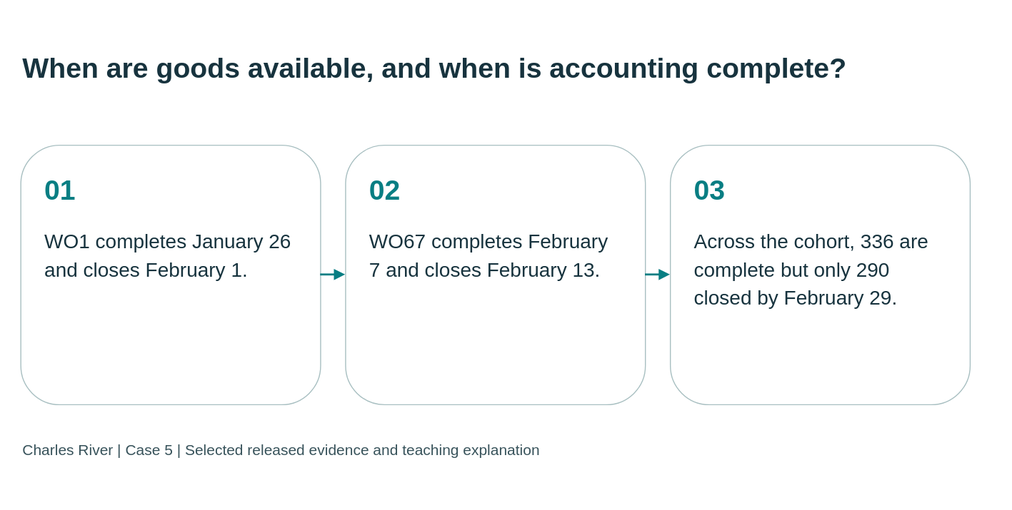
mmcodesso/CharlesRiver_Database keeps this draw.io diagram as static/diagrams/cases/case05-timeline.svg. Above is the earlier version. Source tidied: cells renumbered, new cells last; positions are measured from the earlier drawing's top-left corner, leaving out a move shared by most shapes.
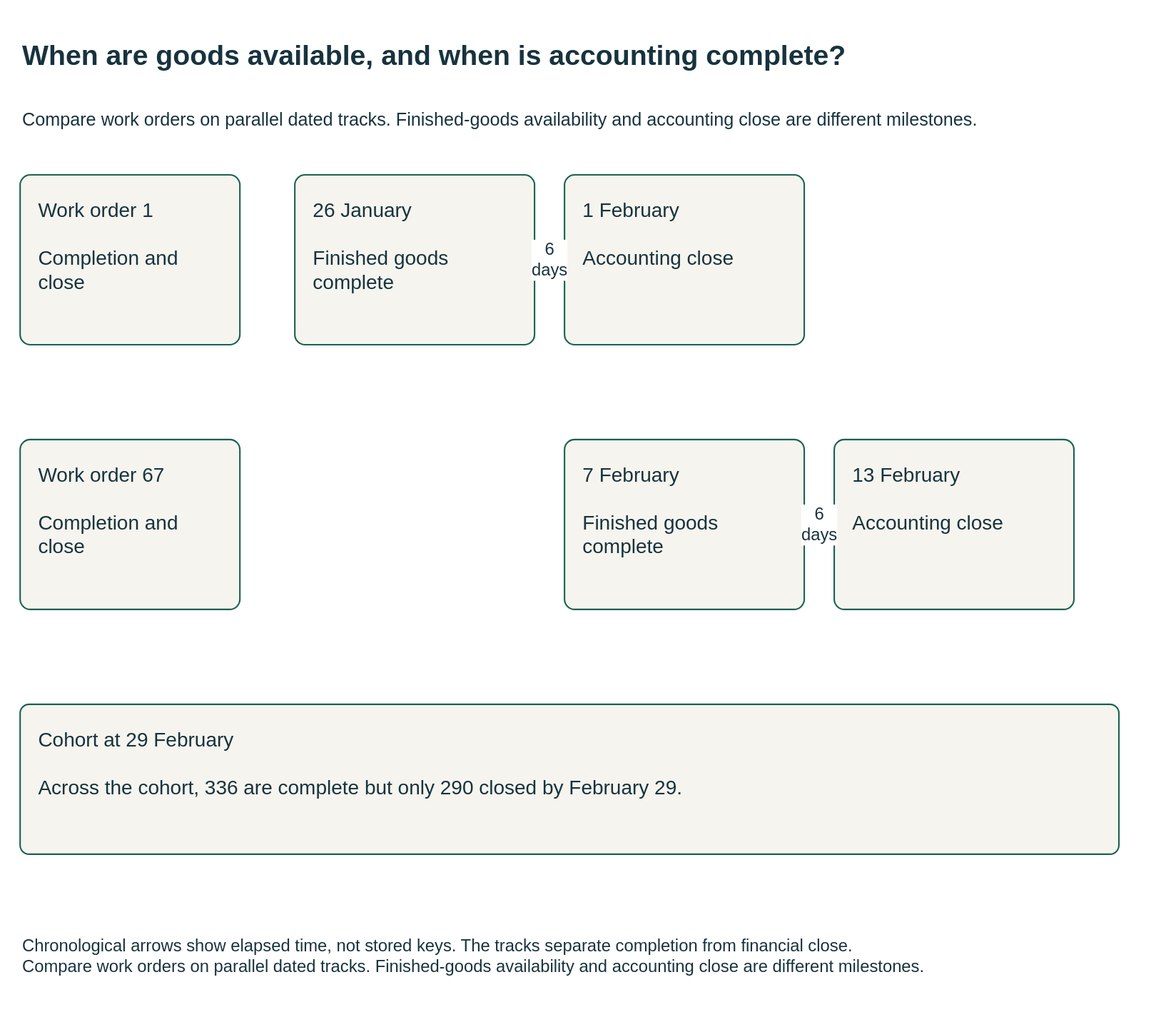
After the change.

What changed in the source:
```diff
@@ -1,27 +1,42 @@
-<mxGraphModel background="#f5f5ee">
+<mxGraphModel background="#FFFFFF">
   <root>
     <mxCell id="0" />
     <mxCell id="1" parent="0" />
-    <mxCell id="2" value="When are goods available, and when is accounting complete?" style="text;html=0;strokeColor=none;fillColor=none;align=left;verticalAlign=middle;whiteSpace=wrap;fontSize=28;fontStyle=1;fontColor=#17333e;fontFamily=Arial;" parent="1" vertex="1">
-      <mxGeometry width="950" height="95" as="geometry" />
+    <mxCell id="2" value="When are goods available, and when is accounting complete?" style="html=0;fontFamily=Arial;fontSize=20;fontColor=#17333e;strokeColor=#196252;strokeWidth=1.5;whiteSpace=wrap;text;strokeColor=none;fillColor=none;align=left;verticalAlign=middle;fontSize=28;fontStyle=1;" parent="1" vertex="1">
+      <mxGeometry y="-10" width="1110" height="70" as="geometry" />
     </mxCell>
+    <mxCell id="9" value="Compare work orders on parallel dated tracks. Finished-goods availability and accounting close are different milestones." style="html=0;fontFamily=Arial;fontSize=20;fontColor=#17333e;strokeColor=#196252;strokeWidth=1.5;whiteSpace=wrap;text;strokeColor=none;fillColor=none;align=left;verticalAlign=middle;fontSize=18;fontStyle=0;" parent="1" vertex="1">
+      <mxGeometry y="62" width="1110" height="55" as="geometry" />
+    </mxCell>
-    <mxCell id="3" value="&lt;div style=&quot;font-size:28px;color:#087e83;font-weight:bold;margin-bottom:20px&quot;&gt;01&lt;/div&gt;&lt;div style=&quot;font-size:20px;line-height:1.4&quot;&gt;WO1 completes January 26 and closes February 1.&lt;/div&gt;" style="rounded=1;whiteSpace=wrap;html=1;fillColor=#ffffff;strokeColor=#a8bfc1;fontColor=#17333e;align=left;verticalAlign=top;spacing=24;fontFamily=Arial;fontSize=20;" parent="1" vertex="1">
-      <mxGeometry y="125" width="300" height="260" as="geometry" />
+    <mxCell id="3" value="Work order 1&#10;&#10;Completion and close" style="html=0;fontFamily=Arial;fontSize=20;fontColor=#17333e;strokeColor=#196252;strokeWidth=1.5;whiteSpace=wrap;rounded=1;arcSize=6;fillColor=#f6f4ee;align=left;verticalAlign=top;spacing=18;" parent="1" vertex="1">
+      <mxGeometry y="145" width="220" height="170" as="geometry" />
     </mxCell>
-    <mxCell id="4" value="&lt;div style=&quot;font-size:28px;color:#087e83;font-weight:bold;margin-bottom:20px&quot;&gt;02&lt;/div&gt;&lt;div style=&quot;font-size:20px;line-height:1.4&quot;&gt;WO67 completes February 7 and closes February 13.&lt;/div&gt;" style="rounded=1;whiteSpace=wrap;html=1;fillColor=#ffffff;strokeColor=#a8bfc1;fontColor=#17333e;align=left;verticalAlign=top;spacing=24;fontFamily=Arial;fontSize=20;" parent="1" vertex="1">
-      <mxGeometry x="325" y="125" width="300" height="260" as="geometry" />
+    <mxCell id="4" value="Work order 67&#10;&#10;Completion and close" style="html=0;fontFamily=Arial;fontSize=20;fontColor=#17333e;strokeColor=#196252;strokeWidth=1.5;whiteSpace=wrap;rounded=1;arcSize=6;fillColor=#f6f4ee;align=left;verticalAlign=top;spacing=18;" parent="1" vertex="1">
+      <mxGeometry y="410" width="220" height="170" as="geometry" />
     </mxCell>
+    <mxCell id="10" value="26 January&#10;&#10;Finished goods complete" style="html=0;fontFamily=Arial;fontSize=20;fontColor=#17333e;strokeColor=#196252;strokeWidth=1.5;whiteSpace=wrap;rounded=1;arcSize=6;fillColor=#f6f4ee;align=left;verticalAlign=top;spacing=18;" parent="1" vertex="1">
+      <mxGeometry x="275" y="145" width="240" height="170" as="geometry" />
+    </mxCell>
+    <mxCell id="11" value="1 February&#10;&#10;Accounting close" style="html=0;fontFamily=Arial;fontSize=20;fontColor=#17333e;strokeColor=#196252;strokeWidth=1.5;whiteSpace=wrap;rounded=1;arcSize=6;fillColor=#f6f4ee;align=left;verticalAlign=top;spacing=18;" parent="1" vertex="1">
+      <mxGeometry x="545" y="145" width="240" height="170" as="geometry" />
+    </mxCell>
+    <mxCell id="12" value="7 February&#10;&#10;Finished goods complete" style="html=0;fontFamily=Arial;fontSize=20;fontColor=#17333e;strokeColor=#196252;strokeWidth=1.5;whiteSpace=wrap;rounded=1;arcSize=6;fillColor=#f6f4ee;align=left;verticalAlign=top;spacing=18;" parent="1" vertex="1">
+      <mxGeometry x="545" y="410" width="240" height="170" as="geometry" />
+    </mxCell>
+    <mxCell id="13" value="13 February&#10;&#10;Accounting close" style="html=0;fontFamily=Arial;fontSize=20;fontColor=#17333e;strokeColor=#196252;strokeWidth=1.5;whiteSpace=wrap;rounded=1;arcSize=6;fillColor=#f6f4ee;align=left;verticalAlign=top;spacing=18;" parent="1" vertex="1">
+      <mxGeometry x="815" y="410" width="240" height="170" as="geometry" />
+    </mxCell>
+    <mxCell id="14" value="6 days" style="html=0;fontFamily=Arial;fontSize=20;fontColor=#17333e;strokeColor=#196252;strokeWidth=1.5;whiteSpace=wrap;edgeStyle=orthogonalEdgeStyle;rounded=0;fillColor=none;fontSize=17;labelBackgroundColor=#FFFFFF;startArrow=none;endArrow=block;endFill=1;dashed=0;exitX=1;exitY=0.5;entryX=0;entryY=0.5;" parent="1" edge="1" source="10" target="11">
+      <mxGeometry relative="1" as="geometry" />
+    </mxCell>
+    <mxCell id="15" value="6 days" style="html=0;fontFamily=Arial;fontSize=20;fontColor=#17333e;strokeColor=#196252;strokeWidth=1.5;whiteSpace=wrap;edgeStyle=orthogonalEdgeStyle;rounded=0;fillColor=none;fontSize=17;labelBackgroundColor=#FFFFFF;startArrow=none;endArrow=block;endFill=1;dashed=0;exitX=1;exitY=0.5;entryX=0;entryY=0.5;" parent="1" edge="1" source="12" target="13">
+      <mxGeometry relative="1" as="geometry" />
+    </mxCell>
-    <mxCell id="5" value="&lt;div style=&quot;font-size:28px;color:#087e83;font-weight:bold;margin-bottom:20px&quot;&gt;03&lt;/div&gt;&lt;div style=&quot;font-size:20px;line-height:1.4&quot;&gt;Across the cohort, 336 are complete but only 290 closed by February 29.&lt;/div&gt;" style="rounded=1;whiteSpace=wrap;html=1;fillColor=#ffffff;strokeColor=#a8bfc1;fontColor=#17333e;align=left;verticalAlign=top;spacing=24;fontFamily=Arial;fontSize=20;" parent="1" vertex="1">
-      <mxGeometry x="650" y="125" width="300" height="260" as="geometry" />
+    <mxCell id="5" value="Cohort at 29 February&#10;&#10;Across the cohort, 336 are complete but only 290 closed by February 29." style="html=0;fontFamily=Arial;fontSize=20;fontColor=#17333e;strokeColor=#196252;strokeWidth=1.5;whiteSpace=wrap;rounded=1;arcSize=6;fillColor=#f6f4ee;align=left;verticalAlign=top;spacing=18;" parent="1" vertex="1">
+      <mxGeometry y="675" width="1100" height="150" as="geometry" />
     </mxCell>
-    <mxCell id="6" style="edgeStyle=orthogonalEdgeStyle;rounded=0;html=1;endArrow=block;endFill=1;strokeColor=#087e83;strokeWidth=2;" parent="1" edge="1" source="3" target="4">
-      <mxGeometry relative="1" as="geometry" />
-    </mxCell>
-    <mxCell id="7" style="edgeStyle=orthogonalEdgeStyle;rounded=0;html=1;endArrow=block;endFill=1;strokeColor=#087e83;strokeWidth=2;" parent="1" edge="1" source="4" target="5">
-      <mxGeometry relative="1" as="geometry" />
-    </mxCell>
-    <mxCell id="8" value="Charles River | Case 5 | Selected released evidence and teaching explanation" style="text;html=0;strokeColor=none;fillColor=none;align=left;fontSize=15;fontColor=#38535b;fontFamily=Arial;" parent="1" vertex="1">
-      <mxGeometry y="415" width="950" height="35" as="geometry" />
+    <mxCell id="8" value="Chronological arrows show elapsed time, not stored keys. The tracks separate completion from financial close.&#10;Compare work orders on parallel dated tracks. Finished-goods availability and accounting close are different milestones." style="html=0;fontFamily=Arial;fontSize=20;fontColor=#17333e;strokeColor=#196252;strokeWidth=1.5;whiteSpace=wrap;text;strokeColor=none;fillColor=none;align=left;verticalAlign=middle;fontSize=17;fontStyle=0;" parent="1" vertex="1">
+      <mxGeometry y="897" width="1110" height="60" as="geometry" />
     </mxCell>
   </root>
 </mxGraphModel>
```
